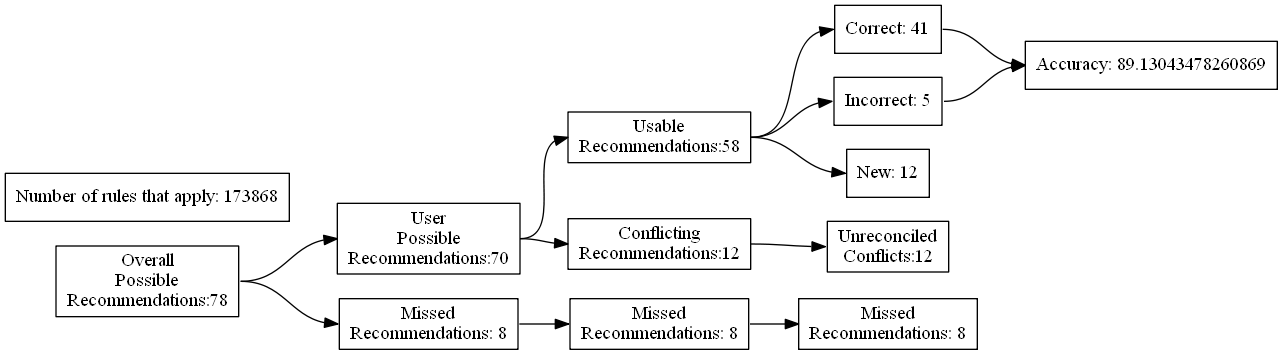
Earlier version of the Graphviz export test_renders/37.gv.png (ZaxR/ibd_diet_analysis). Its source is kept beside it as test_renders/37.gv.
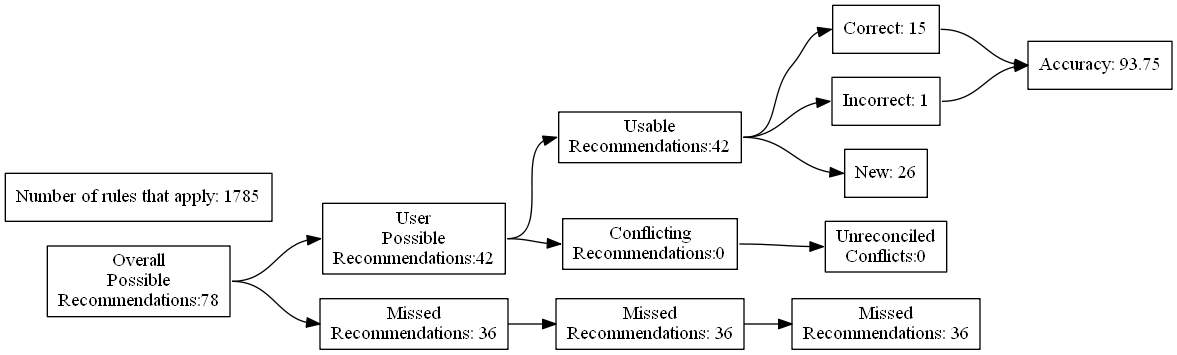
Above is the later version.

Diff of the diagram source:
```diff
@@ -7,24 +7,24 @@
 Recommendations:78"]
 		B [label="User
 Possible
-Recommendations:70"]
+Recommendations:42"]
 		C [label="Missed
-Recommendations: 8"]
+Recommendations: 36"]
 		D [label="Usable
-Recommendations:58"]
+Recommendations:42"]
 		E [label="Conflicting
-Recommendations:12"]
+Recommendations:0"]
 		J [label="Missed
-Recommendations: 8"]
+Recommendations: 36"]
 		M [label="Unreconciled
-Conflicts:12"]
-		F [label="Correct: 41"]
-		G [label="Incorrect: 5"]
-		H [label="New: 12"]
+Conflicts:0"]
+		F [label="Correct: 15"]
+		G [label="Incorrect: 1"]
+		H [label="New: 26"]
 		K [label="Missed
-Recommendations: 8"]
-		I [label="Accuracy: 89.13043478260869"]
-		l [label="Number of rules that apply: 173868"]
+Recommendations: 36"]
+		I [label="Accuracy: 93.75"]
+		l [label="Number of rules that apply: 1785"]
 			A -> B
 			A -> C
 			B -> D
```
